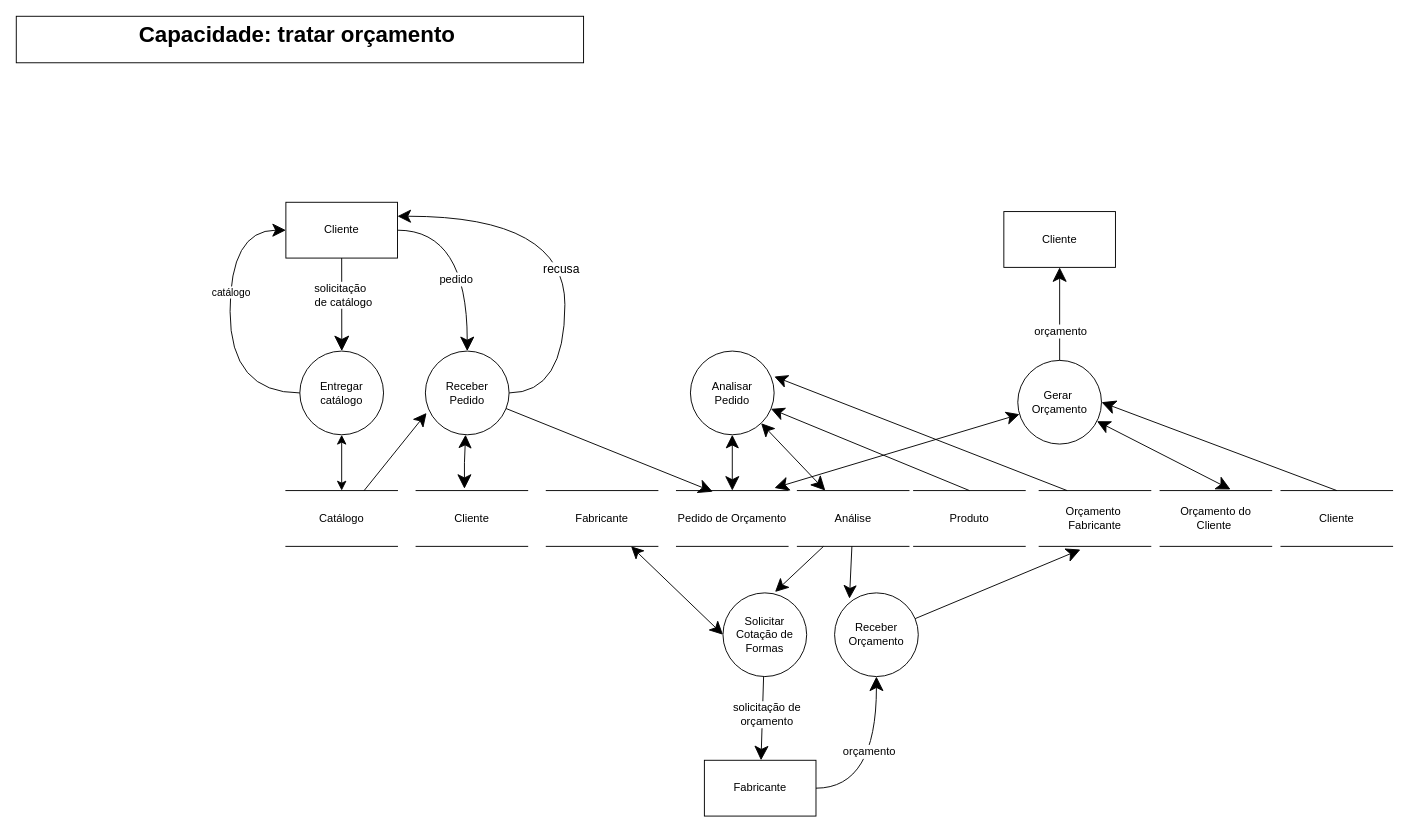
Earlier version of the draw.io diagram Documentation/DFD Essencial para cada Capacidade/DFD Tratar Orcamento.drawio (Systematicos/FindingApp). Source tidied: cells renumbered, new cells numbered last; positions are measured from the earlier drawing's top-left corner, leaving out a move shared by most shapes. Both pictures are drawn from the tidied source at 93%, with x=0, y=0 at pixel (16, 16).
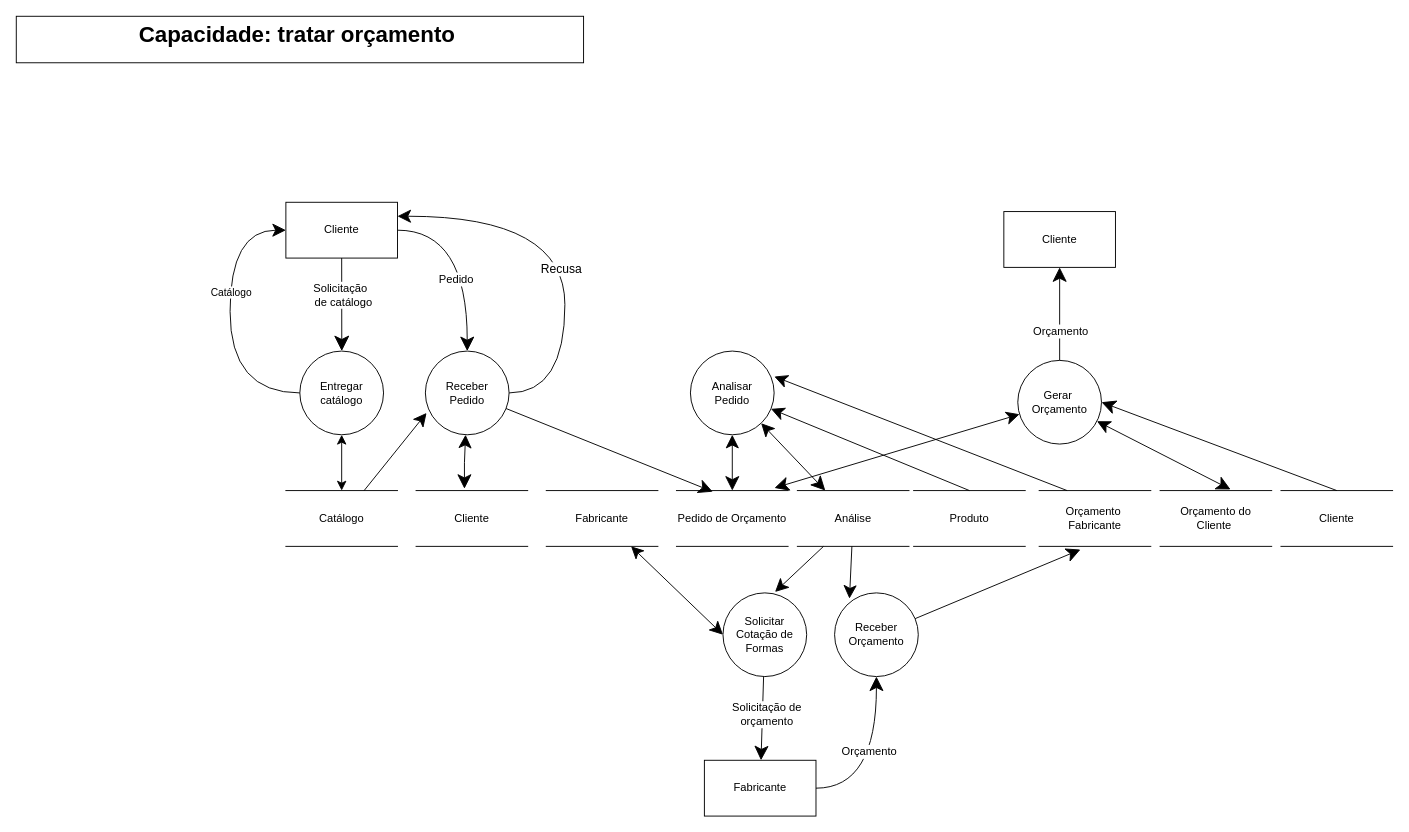
The same page after the edit.

The change refers to these unchanged cells:
```xml
<mxCell id="2" style="edgeStyle=orthogonalEdgeStyle;rounded=0;jettySize=auto;html=1;entryX=0.5;entryY=0;entryDx=0;entryDy=0;startArrow=none;startFill=0;endArrow=classic;endFill=1;strokeWidth=1;fontSize=14;curved=1;endSize=13;" parent="1" edge="1" source="4" target="15">
  <mxGeometry relative="1" as="geometry">
    <Array as="points">
      <mxPoint x="484.9" y="230" />
    </Array>
  </mxGeometry>
</mxCell>
<mxCell id="4" value="Cliente" style="rounded=0;whiteSpace=wrap;html=1;" parent="1" vertex="1">
  <mxGeometry x="289.9" y="200" width="120" height="60" as="geometry" />
</mxCell>
<mxCell id="6" style="edgeStyle=orthogonalEdgeStyle;rounded=0;jettySize=auto;html=1;entryX=0;entryY=0.5;entryDx=0;entryDy=0;startArrow=none;startFill=0;startSize=11;endSize=12;strokeWidth=1;curved=1;" parent="1" edge="1" source="8" target="4">
  <mxGeometry relative="1" as="geometry">
    <Array as="points">
      <mxPoint x="229.9" y="405" />
      <mxPoint x="229.9" y="230" />
    </Array>
  </mxGeometry>
</mxCell>
<mxCell id="13" style="edgeStyle=orthogonalEdgeStyle;curved=1;rounded=0;jettySize=auto;html=1;entryX=1;entryY=0.25;entryDx=0;entryDy=0;startArrow=none;startFill=0;startSize=11;endSize=12;strokeWidth=1;" parent="1" edge="1" source="15" target="4">
  <mxGeometry relative="1" as="geometry">
    <Array as="points">
      <mxPoint x="589.9" y="405" />
      <mxPoint x="589.9" y="215" />
    </Array>
  </mxGeometry>
</mxCell>
<mxCell id="26" style="edgeStyle=orthogonalEdgeStyle;rounded=0;jettySize=auto;html=1;entryX=0.5;entryY=1;entryDx=0;entryDy=0;startArrow=none;startFill=0;startSize=12;endArrow=classic;endFill=1;endSize=13;strokeWidth=1;fontSize=12;curved=1;" parent="1" edge="1" source="28" target="33">
  <mxGeometry relative="1" as="geometry" />
</mxCell>
<mxCell id="29" style="edgeStyle=none;rounded=0;jettySize=auto;html=1;startArrow=none;startFill=0;startSize=12;endArrow=classic;endFill=1;endSize=13;strokeWidth=1;fontSize=12;" parent="1" edge="1" source="31" target="28">
  <mxGeometry relative="1" as="geometry" />
</mxCell>
<mxCell id="44" style="edgeStyle=none;rounded=0;jettySize=auto;html=1;startArrow=classic;startFill=1;endArrow=none;endFill=0;strokeWidth=1;fontSize=12;endSize=9;startSize=13;" parent="1" edge="1" source="46" target="40">
  <mxGeometry relative="1" as="geometry" />
</mxCell>
```

Diff of the diagram source:
```diff
@@
-    <mxCell id="3" value="pedido" style="edgeLabel;html=1;align=center;verticalAlign=middle;fontSize=12;" parent="2" vertex="1">
+    <mxCell id="3" value="Pedido" style="edgeLabel;html=1;align=center;verticalAlign=middle;fontSize=12;" parent="2" vertex="1">
       <mxGeometry x="0.24" y="-12" relative="1" as="geometry" />
     </mxCell>
@@
-    <mxCell id="7" value="catálogo" style="edgeLabel;html=1;align=center;verticalAlign=middle;" parent="6" vertex="1">
+    <mxCell id="7" value="Catálogo" style="edgeLabel;html=1;align=center;verticalAlign=middle;" parent="6" vertex="1">
       <mxGeometry x="0.19" y="-1" relative="1" as="geometry" />
     </mxCell>
@@
-    <mxCell id="14" value="recusa" style="edgeLabel;html=1;align=center;verticalAlign=middle;fontSize=13;" parent="13" vertex="1">
+    <mxCell id="14" value="Recusa" style="edgeLabel;html=1;align=center;verticalAlign=middle;fontSize=13;" parent="13" vertex="1">
       <mxGeometry x="-0.1" y="4" relative="1" as="geometry" />
     </mxCell>
@@
-    <mxCell id="21" value="&lt;font style=&quot;font-size: 12px&quot;&gt;solicitação&amp;nbsp;&lt;br&gt;&amp;nbsp;de catálogo&lt;/font&gt;" style="edgeStyle=elbowEdgeStyle;rounded=0;jettySize=auto;html=1;endArrow=classic;endFill=1;strokeWidth=1;endSize=14;startSize=14;startArrow=none;startFill=0;exitX=0.5;exitY=1;exitDx=0;exitDy=0;" parent="1" edge="1" source="4">
+    <mxCell id="21" value="&lt;font style=&quot;font-size: 12px&quot;&gt;Solicitação&amp;nbsp;&lt;br&gt;&amp;nbsp;de catálogo&lt;/font&gt;" style="edgeStyle=elbowEdgeStyle;rounded=0;jettySize=auto;html=1;endArrow=classic;endFill=1;strokeWidth=1;endSize=14;startSize=14;startArrow=none;startFill=0;exitX=0.5;exitY=1;exitDx=0;exitDy=0;" parent="1" edge="1" source="4">
       <mxGeometry x="-0.2" relative="1" as="geometry">
         <mxPoint x="349.9" y="360" as="targetPoint" />
       </mxGeometry>
     </mxCell>
@@
-    <mxCell id="27" value="orçamento" style="edgeLabel;html=1;align=center;verticalAlign=middle;fontSize=12;" parent="26" vertex="1">
+    <mxCell id="27" value="Orçamento" style="edgeLabel;html=1;align=center;verticalAlign=middle;fontSize=12;" parent="26" vertex="1">
       <mxGeometry x="0.14" y="8" relative="1" as="geometry" />
     </mxCell>
@@
-    <mxCell id="30" value="solicitação de &lt;br&gt;orçamento" style="edgeLabel;html=1;align=center;verticalAlign=middle;fontSize=12;" parent="29" vertex="1">
+    <mxCell id="30" value="Solicitação de &lt;br&gt;orçamento" style="edgeLabel;html=1;align=center;verticalAlign=middle;fontSize=12;" parent="29" vertex="1">
       <mxGeometry x="-0.39" y="4" relative="1" as="geometry">
         <mxPoint y="13" as="offset" />
       </mxGeometry>
     </mxCell>
@@
-    <mxCell id="45" value="orçamento" style="edgeLabel;html=1;align=center;verticalAlign=middle;fontSize=12;" parent="44" vertex="1">
+    <mxCell id="45" value="Orçamento" style="edgeLabel;html=1;align=center;verticalAlign=middle;fontSize=12;" parent="44" vertex="1">
       <mxGeometry x="0.35" y="1" relative="1" as="geometry" />
     </mxCell>
```
